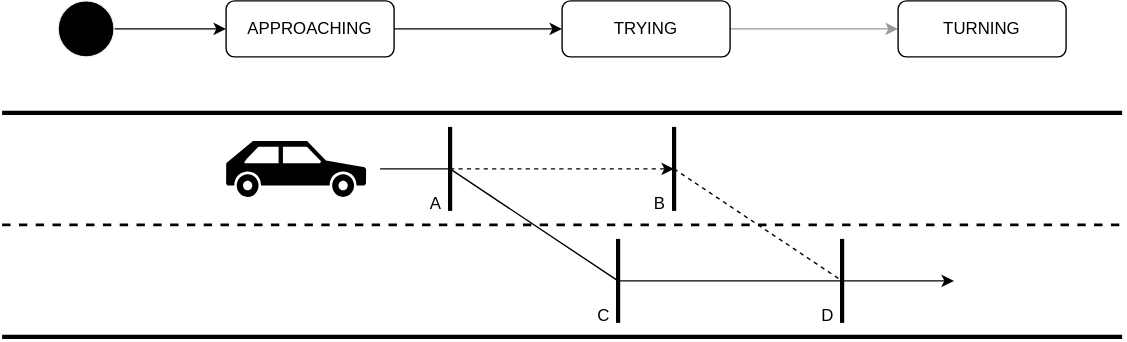
The draw.io diagram docs/design/autoware-interfaces/ad-api/list/api/planning/docs/steering-factors-2.drawio.svg in autowarefoundation/autoware-documentation, before a commit. Source tidied: cells renumbered, new cells last; positions are measured from the earlier drawing's top-left corner, leaving out a move shared by most shapes. Source of this version:
```xml
<mxGraphModel>
  <root>
    <mxCell id="0" />
    <mxCell id="1" parent="0" />
    <mxCell id="2" style="endArrow=none;html=1;strokeWidth=3;fillColor=#e51400;strokeColor=#000000;endSize=5;startSize=5;" parent="1" edge="1">
      <mxGeometry relative="1" as="geometry">
        <mxPoint x="480" y="150" as="sourcePoint" />
        <mxPoint x="480" y="90" as="targetPoint" />
      </mxGeometry>
    </mxCell>
    <mxCell id="3" style="endArrow=none;html=1;strokeWidth=3;" parent="1" edge="1">
      <mxGeometry relative="1" as="geometry">
        <mxPoint y="80" as="sourcePoint" />
        <mxPoint x="800" y="80" as="targetPoint" />
      </mxGeometry>
    </mxCell>
    <mxCell id="4" style="endArrow=none;html=1;strokeWidth=3;" parent="1" edge="1">
      <mxGeometry relative="1" as="geometry">
        <mxPoint y="240" as="sourcePoint" />
        <mxPoint x="800" y="240" as="targetPoint" />
      </mxGeometry>
    </mxCell>
    <mxCell id="5" style="endArrow=none;dashed=1;html=1;strokeWidth=2;" parent="1" edge="1">
      <mxGeometry relative="1" as="geometry">
        <mxPoint y="160" as="sourcePoint" />
        <mxPoint x="800" y="160" as="targetPoint" />
      </mxGeometry>
    </mxCell>
    <mxCell id="6" style="shape=mxgraph.signs.transportation.car_3;html=1;fillColor=#000000;strokeColor=none;verticalLabelPosition=bottom;verticalAlign=top;align=center;flipH=1;" parent="1" vertex="1">
      <mxGeometry x="160" y="100" width="100" height="40" as="geometry" />
    </mxCell>
    <mxCell id="7" style="endArrow=classic;html=1;dashed=1;" parent="1" edge="1">
      <mxGeometry relative="1" as="geometry">
        <mxPoint x="320" y="120" as="sourcePoint" />
        <mxPoint x="480" y="120" as="targetPoint" />
      </mxGeometry>
    </mxCell>
    <mxCell id="8" style="edgeStyle=none;html=1;" parent="1" edge="1" source="9" target="11">
      <mxGeometry relative="1" as="geometry" />
    </mxCell>
    <mxCell id="9" style="shape=ellipse;html=1;fillColor=#000000;fontSize=18;fontColor=#ffffff;strokeColor=#F0F0F0;" parent="1" vertex="1">
      <mxGeometry x="40" width="40" height="40" as="geometry" />
    </mxCell>
    <mxCell id="10" style="edgeStyle=none;html=1;" parent="1" edge="1" source="11" target="13">
      <mxGeometry relative="1" as="geometry" />
    </mxCell>
    <mxCell id="11" value="APPROACHING" style="rounded=1;whiteSpace=wrap;html=1;" parent="1" vertex="1">
      <mxGeometry x="160" width="120" height="40" as="geometry" />
    </mxCell>
    <mxCell id="12" style="edgeStyle=none;html=1;endArrow=classic;endFill=1;strokeColor=#999999;" parent="1" edge="1" source="13" target="21">
      <mxGeometry relative="1" as="geometry" />
    </mxCell>
    <mxCell id="13" value="TRYING" style="rounded=1;whiteSpace=wrap;html=1;" parent="1" vertex="1">
      <mxGeometry x="400" width="120" height="40" as="geometry" />
    </mxCell>
    <mxCell id="14" style="endArrow=none;html=1;strokeWidth=3;fillColor=#e51400;strokeColor=#000000;endSize=5;startSize=5;" parent="1" edge="1">
      <mxGeometry relative="1" as="geometry">
        <mxPoint x="320" y="150" as="sourcePoint" />
        <mxPoint x="320" y="90" as="targetPoint" />
      </mxGeometry>
    </mxCell>
    <mxCell id="15" style="endArrow=none;html=1;strokeWidth=3;fillColor=#e51400;strokeColor=#000000;endSize=5;startSize=5;" parent="1" edge="1">
      <mxGeometry relative="1" as="geometry">
        <mxPoint x="440" y="230" as="sourcePoint" />
        <mxPoint x="440" y="170" as="targetPoint" />
      </mxGeometry>
    </mxCell>
    <mxCell id="16" style="endArrow=none;html=1;strokeWidth=3;fillColor=#e51400;strokeColor=#000000;endSize=5;startSize=5;" parent="1" edge="1">
      <mxGeometry relative="1" as="geometry">
        <mxPoint x="600" y="230" as="sourcePoint" />
        <mxPoint x="600" y="170" as="targetPoint" />
      </mxGeometry>
    </mxCell>
    <mxCell id="17" style="endArrow=classic;html=1;" parent="1" edge="1">
      <mxGeometry relative="1" as="geometry">
        <mxPoint x="440" y="200" as="sourcePoint" />
        <mxPoint x="680" y="200" as="targetPoint" />
      </mxGeometry>
    </mxCell>
    <mxCell id="18" style="endArrow=none;html=1;" parent="1" edge="1">
      <mxGeometry relative="1" as="geometry">
        <mxPoint x="320" y="120" as="sourcePoint" />
        <mxPoint x="440" y="200" as="targetPoint" />
      </mxGeometry>
    </mxCell>
    <mxCell id="19" style="endArrow=none;html=1;" parent="1" edge="1">
      <mxGeometry relative="1" as="geometry">
        <mxPoint x="270" y="120" as="sourcePoint" />
        <mxPoint x="320" y="120" as="targetPoint" />
      </mxGeometry>
    </mxCell>
    <mxCell id="20" style="endArrow=none;html=1;dashed=1;endFill=0;" parent="1" edge="1">
      <mxGeometry relative="1" as="geometry">
        <mxPoint x="480" y="120" as="sourcePoint" />
        <mxPoint x="600" y="200" as="targetPoint" />
      </mxGeometry>
    </mxCell>
    <mxCell id="21" value="TURNING" style="rounded=1;whiteSpace=wrap;html=1;" parent="1" vertex="1">
      <mxGeometry x="640" width="120" height="40" as="geometry" />
    </mxCell>
    <mxCell id="22" value="A" style="text;html=1;strokeColor=none;fillColor=none;align=center;verticalAlign=middle;whiteSpace=wrap;rounded=0;" parent="1" vertex="1">
      <mxGeometry x="300" y="130" width="20" height="30" as="geometry" />
    </mxCell>
    <mxCell id="23" value="B" style="text;html=1;strokeColor=none;fillColor=none;align=center;verticalAlign=middle;whiteSpace=wrap;rounded=0;" parent="1" vertex="1">
      <mxGeometry x="460" y="130" width="20" height="30" as="geometry" />
    </mxCell>
    <mxCell id="24" value="C" style="text;html=1;strokeColor=none;fillColor=none;align=center;verticalAlign=middle;whiteSpace=wrap;rounded=0;" parent="1" vertex="1">
      <mxGeometry x="420" y="210" width="20" height="30" as="geometry" />
    </mxCell>
    <mxCell id="25" value="D" style="text;html=1;strokeColor=none;fillColor=none;align=center;verticalAlign=middle;whiteSpace=wrap;rounded=0;" parent="1" vertex="1">
      <mxGeometry x="580" y="210" width="20" height="30" as="geometry" />
    </mxCell>
  </root>
</mxGraphModel>
```
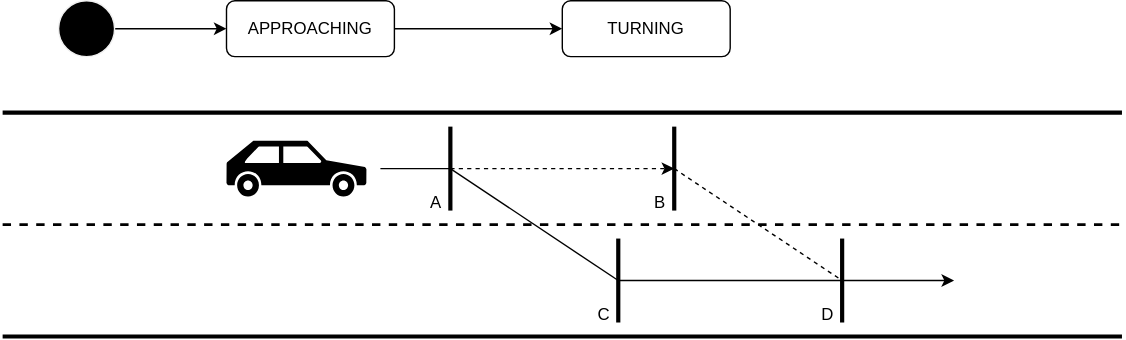
Later version of the same file.

Change to the diagram source:
```diff
@@ -41,18 +41,12 @@
     <mxCell id="9" style="shape=ellipse;html=1;fillColor=#000000;fontSize=18;fontColor=#ffffff;strokeColor=#F0F0F0;" parent="1" vertex="1">
       <mxGeometry x="40" width="40" height="40" as="geometry" />
     </mxCell>
-    <mxCell id="10" style="edgeStyle=none;html=1;" parent="1" edge="1" source="11" target="13">
-      <mxGeometry relative="1" as="geometry" />
-    </mxCell>
+    <mxCell id="26" style="edgeStyle=none;html=1;" parent="1" edge="1" source="11" target="21">
+      <mxGeometry relative="1" as="geometry" />
+    </mxCell>
     <mxCell id="11" value="APPROACHING" style="rounded=1;whiteSpace=wrap;html=1;" parent="1" vertex="1">
       <mxGeometry x="160" width="120" height="40" as="geometry" />
     </mxCell>
-    <mxCell id="12" style="edgeStyle=none;html=1;endArrow=classic;endFill=1;strokeColor=#999999;" parent="1" edge="1" source="13" target="21">
-      <mxGeometry relative="1" as="geometry" />
-    </mxCell>
-    <mxCell id="13" value="TRYING" style="rounded=1;whiteSpace=wrap;html=1;" parent="1" vertex="1">
-      <mxGeometry x="400" width="120" height="40" as="geometry" />
-    </mxCell>
     <mxCell id="14" style="endArrow=none;html=1;strokeWidth=3;fillColor=#e51400;strokeColor=#000000;endSize=5;startSize=5;" parent="1" edge="1">
       <mxGeometry relative="1" as="geometry">
         <mxPoint x="320" y="150" as="sourcePoint" />
@@ -96,7 +90,7 @@
       </mxGeometry>
     </mxCell>
     <mxCell id="21" value="TURNING" style="rounded=1;whiteSpace=wrap;html=1;" parent="1" vertex="1">
-      <mxGeometry x="640" width="120" height="40" as="geometry" />
+      <mxGeometry x="400" width="120" height="40" as="geometry" />
     </mxCell>
     <mxCell id="22" value="A" style="text;html=1;strokeColor=none;fillColor=none;align=center;verticalAlign=middle;whiteSpace=wrap;rounded=0;" parent="1" vertex="1">
       <mxGeometry x="300" y="130" width="20" height="30" as="geometry" />
```
